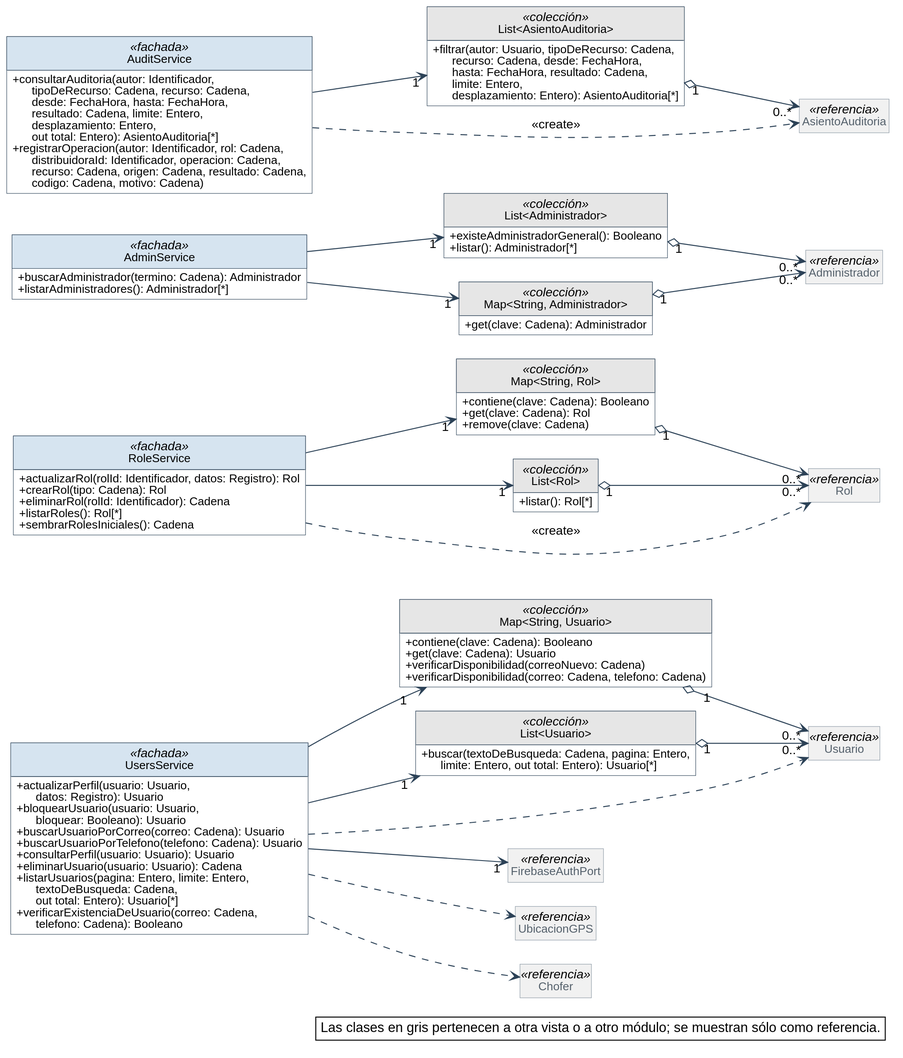
Earlier version of the PlantUML export diagramas/clases-diseno/DC_Mod_Usuarios.svg (Nahuelito-Dev/splg-docs).
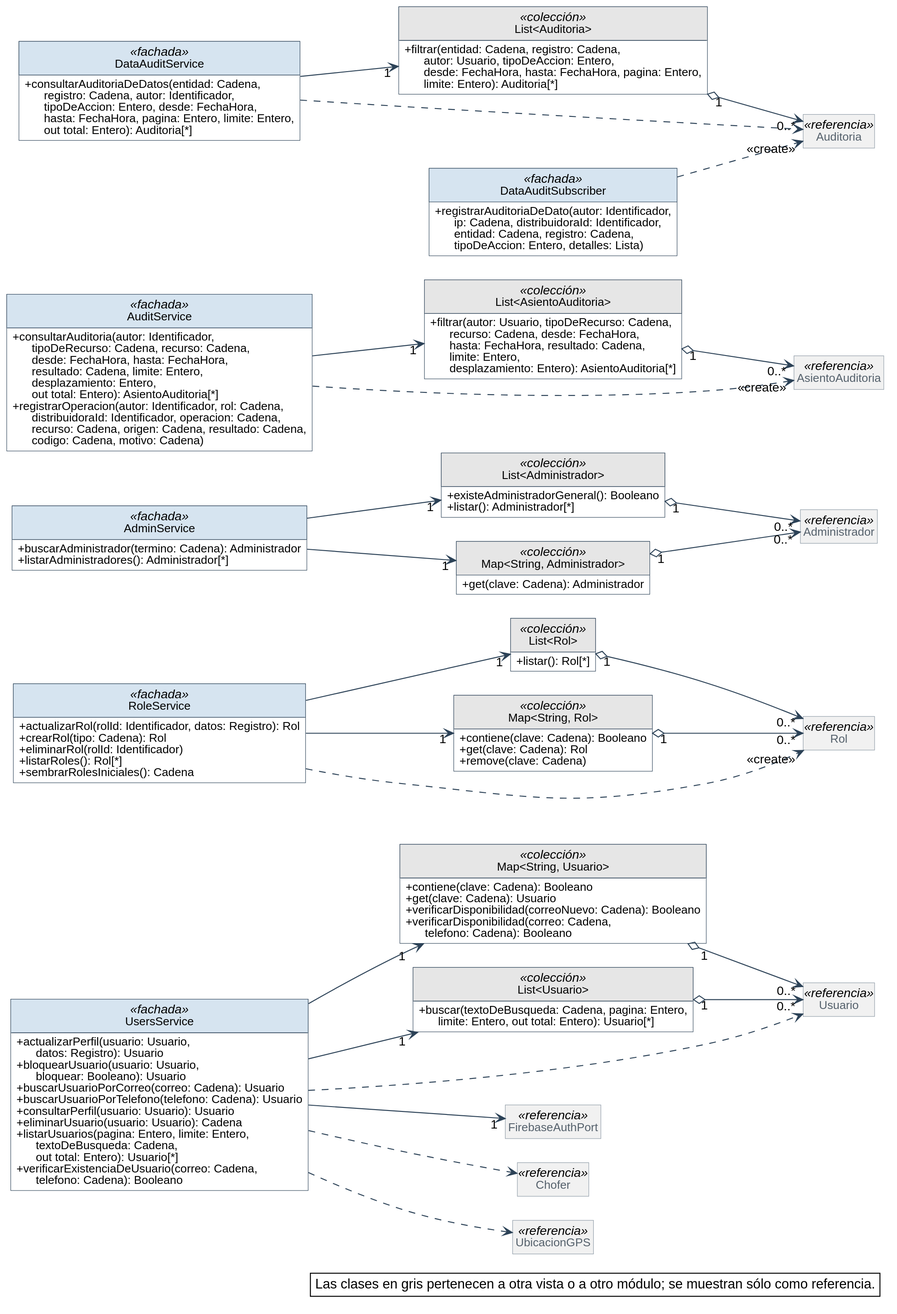
After the commit.

Change to the diagram source:
```diff
@@ -63,8 +63,8 @@
 class "Map<String, Usuario>" as Map_String_Usuario <<colección>> {
   + contiene(clave: Cadena): Booleano
   + get(clave: Cadena): Usuario
-  + verificarDisponibilidad(correoNuevo: Cadena)
-  + verificarDisponibilidad(correo: Cadena, telefono: Cadena)
+  + verificarDisponibilidad(correoNuevo: Cadena): Booleano
+  + verificarDisponibilidad(correo: Cadena,\n      telefono: Cadena): Booleano
 }
 class UsersService <<fachada>> {
   + actualizarPerfil(usuario: Usuario,\n      datos: Registro): Usuario
@@ -82,17 +82,17 @@
 class RoleService <<fachada>> {
   + actualizarRol(rolId: Identificador, datos: Registro): Rol
   + crearRol(tipo: Cadena): Rol
-  + eliminarRol(rolId: Identificador): Cadena
+  + eliminarRol(rolId: Identificador)
   + listarRoles(): Rol[*]
   + sembrarRolesIniciales(): Cadena
+}
+class "List<Rol>" as List_Rol <<colección>> {
+  + listar(): Rol[*]
 }
 class "Map<String, Rol>" as Map_String_Rol <<colección>> {
   + contiene(clave: Cadena): Booleano
   + get(clave: Cadena): Rol
   + remove(clave: Cadena)
-}
-class "List<Rol>" as List_Rol <<colección>> {
-  + listar(): Rol[*]
 }
 class "List<Administrador>" as List_Administrador <<colección>> {
   + existeAdministradorGeneral(): Booleano
@@ -112,31 +112,45 @@
 class "List<AsientoAuditoria>" as List_AsientoAuditoria <<colección>> {
   + filtrar(autor: Usuario, tipoDeRecurso: Cadena,\n      recurso: Cadena, desde: FechaHora,\n      hasta: FechaHora, resultado: Cadena,\n      limite: Entero,\n      desplazamiento: Entero): AsientoAuditoria[*]
 }
+class DataAuditService <<fachada>> {
+  + consultarAuditoriaDeDatos(entidad: Cadena,\n      registro: Cadena, autor: Identificador,\n      tipoDeAccion: Entero, desde: FechaHora,\n      hasta: FechaHora, pagina: Entero, limite: Entero,\n      out total: Entero): Auditoria[*]
+}
+class "List<Auditoria>" as List_Auditoria <<colección>> {
+  + filtrar(entidad: Cadena, registro: Cadena,\n      autor: Usuario, tipoDeAccion: Entero,\n      desde: FechaHora, hasta: FechaHora, pagina: Entero,\n      limite: Entero): Auditoria[*]
+}
+class DataAuditSubscriber <<fachada>> {
+  + registrarAuditoriaDeDato(autor: Identificador,\n      ip: Cadena, distribuidoraId: Identificador,\n      entidad: Cadena, registro: Cadena,\n      tipoDeAccion: Entero, detalles: Lista)
+}
 class Usuario <<referencia>>
 class Administrador <<referencia>>
 class Rol <<referencia>>
 class AsientoAuditoria <<referencia>>
+class Auditoria <<referencia>>
 class FirebaseAuthPort <<referencia>>
+class Chofer <<referencia>>
 class UbicacionGPS <<referencia>>
-class Chofer <<referencia>>
 
 Map_String_Usuario "1" o--> "0..*" Usuario
 List_Usuario "1" o--> "0..*" Usuario
 List_Administrador "1" o--> "0..*" Administrador
 Map_String_Administrador "1" o--> "0..*" Administrador
+List_Rol "1" o--> "0..*" Rol
 Map_String_Rol "1" o--> "0..*" Rol
-List_Rol "1" o--> "0..*" Rol
 List_AsientoAuditoria "1" o--> "0..*" AsientoAuditoria
+List_Auditoria "1" o--> "0..*" Auditoria
 AdminService --> "1" List_Administrador
 AdminService --> "1" Map_String_Administrador
 AuditService --> "1" List_AsientoAuditoria
+DataAuditService --> "1" List_Auditoria
 RoleService --> "1" List_Rol
 RoleService --> "1" Map_String_Rol
 UsersService --> "1" FirebaseAuthPort
 UsersService --> "1" List_Usuario
 UsersService --> "1" Map_String_Usuario
-AuditService ..> AsientoAuditoria : <<create>>
-RoleService ..> Rol : <<create>>
+AuditService ..> "<<create>>" AsientoAuditoria
+DataAuditService ..> Auditoria
+DataAuditSubscriber ..> "<<create>>" Auditoria
+RoleService ..> "<<create>>" Rol
 UsersService ..> Chofer
 UsersService ..> UbicacionGPS
 UsersService ..> Usuario
```
